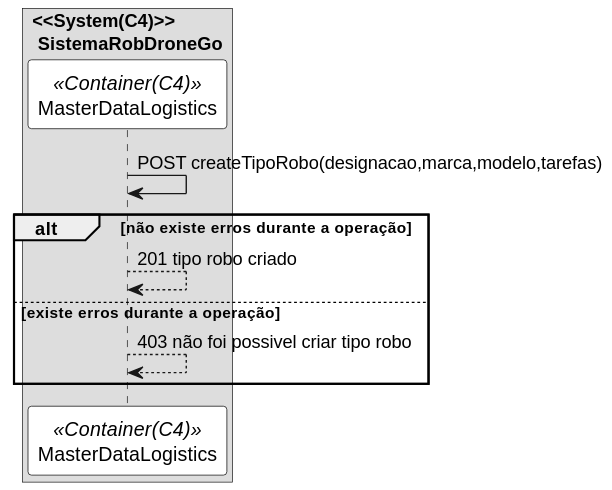
The PlantUML diagram docs/use_cases/UC350/Nivel 2/vp2.svg in SlimJesus25/SEM5_PI, before a commit. Source of this version:
```plantuml
@startuml getPackagingSD

skinparam sequence {
ParticipantBorderColor black
ParticipantBackgroundColor white
}

box "<<System(C4)>>\n SistemaRobDroneGo"
participant MasterDataLogistics as mdl <<Container(C4)>>
mdl -> mdl: POST createTipoRobo(designacao,marca,modelo,tarefas)
alt não existe erros durante a operação
mdl --> mdl: 201 tipo robo criado
else existe erros durante a operação
mdl --> mdl: 403 não foi possivel criar tipo robo
end

end box

@enduml
```
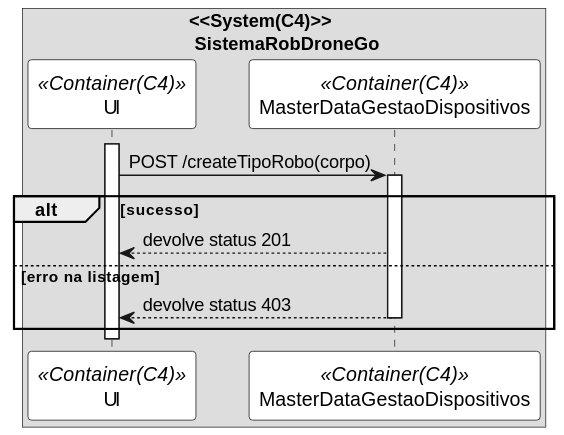
After the commit.

What changed in the source:
```diff
@@ -1,4 +1,4 @@
-@startuml getPackagingSD
+@startuml vp2
 
 skinparam sequence {
 ParticipantBorderColor black
@@ -6,13 +6,18 @@
 }
 
 box "<<System(C4)>>\n SistemaRobDroneGo"
-participant MasterDataLogistics as mdl <<Container(C4)>>
-mdl -> mdl: POST createTipoRobo(designacao,marca,modelo,tarefas)
-alt não existe erros durante a operação
-mdl --> mdl: 201 tipo robo criado
-else existe erros durante a operação
-mdl --> mdl: 403 não foi possivel criar tipo robo
+participant UI as ui <<Container(C4)>>
+participant MasterDataGestaoDispositivos as mdl <<Container(C4)>>
+activate ui
+ui -> mdl: POST /createTipoRobo(corpo)
+activate mdl
+alt sucesso
+mdl --> ui: devolve status 201
+else erro na listagem
+mdl --> ui: devolve status 403
+deactivate mdl
 end
+deactivate ui
 
 end box
 
```
